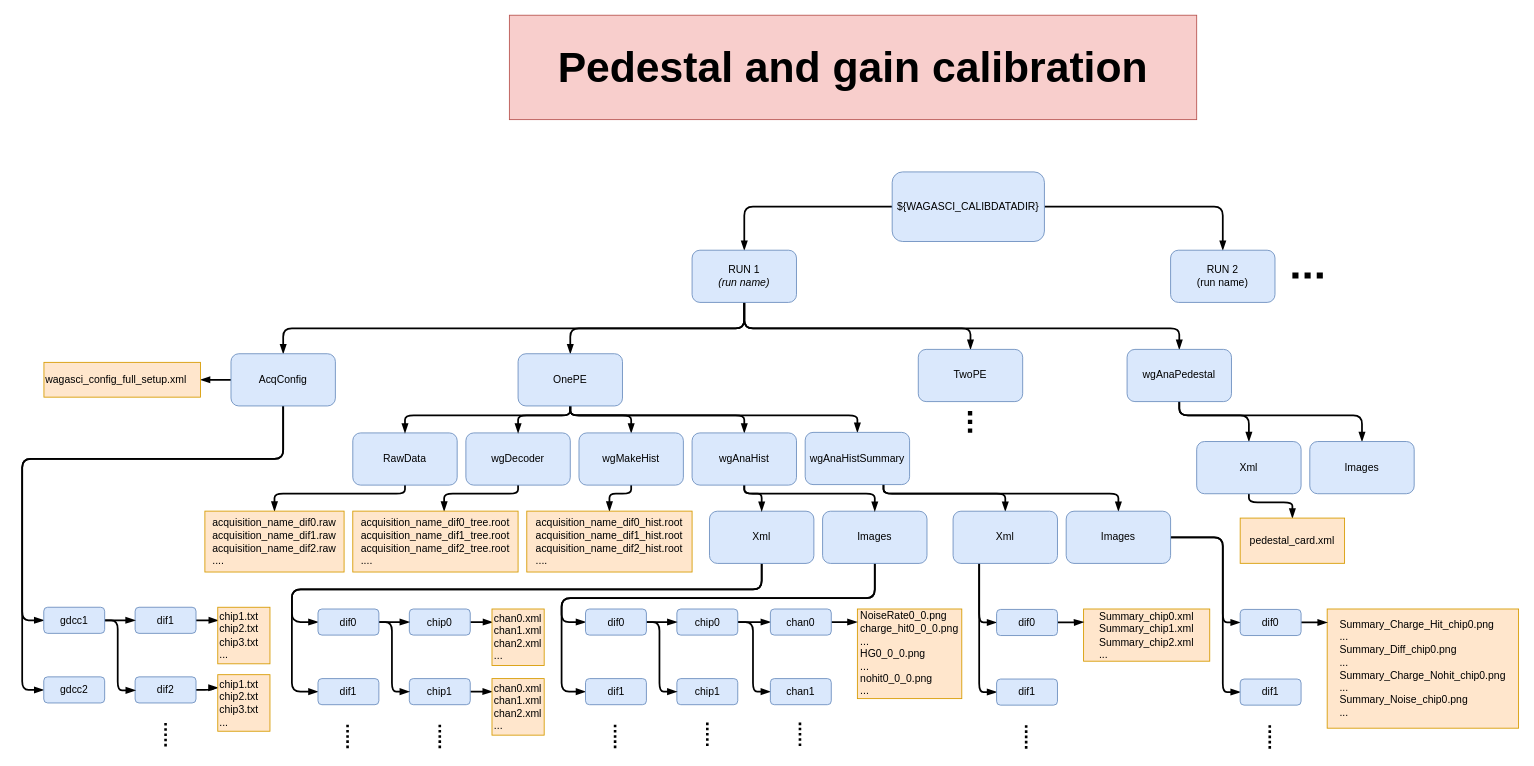
Above: page "Pedestal tree" (1 of 2) of doc/images/Folder_tree.drawio in thos91/Analysis (draw.io), before the change. Source tidied: cells renumbered, new cells numbered last; positions are measured from the earlier drawing's top-left corner, leaving out a move shared by most shapes. Both pictures are drawn from the tidied source at 87%, with x=0, y=0 at pixel (22, 15).
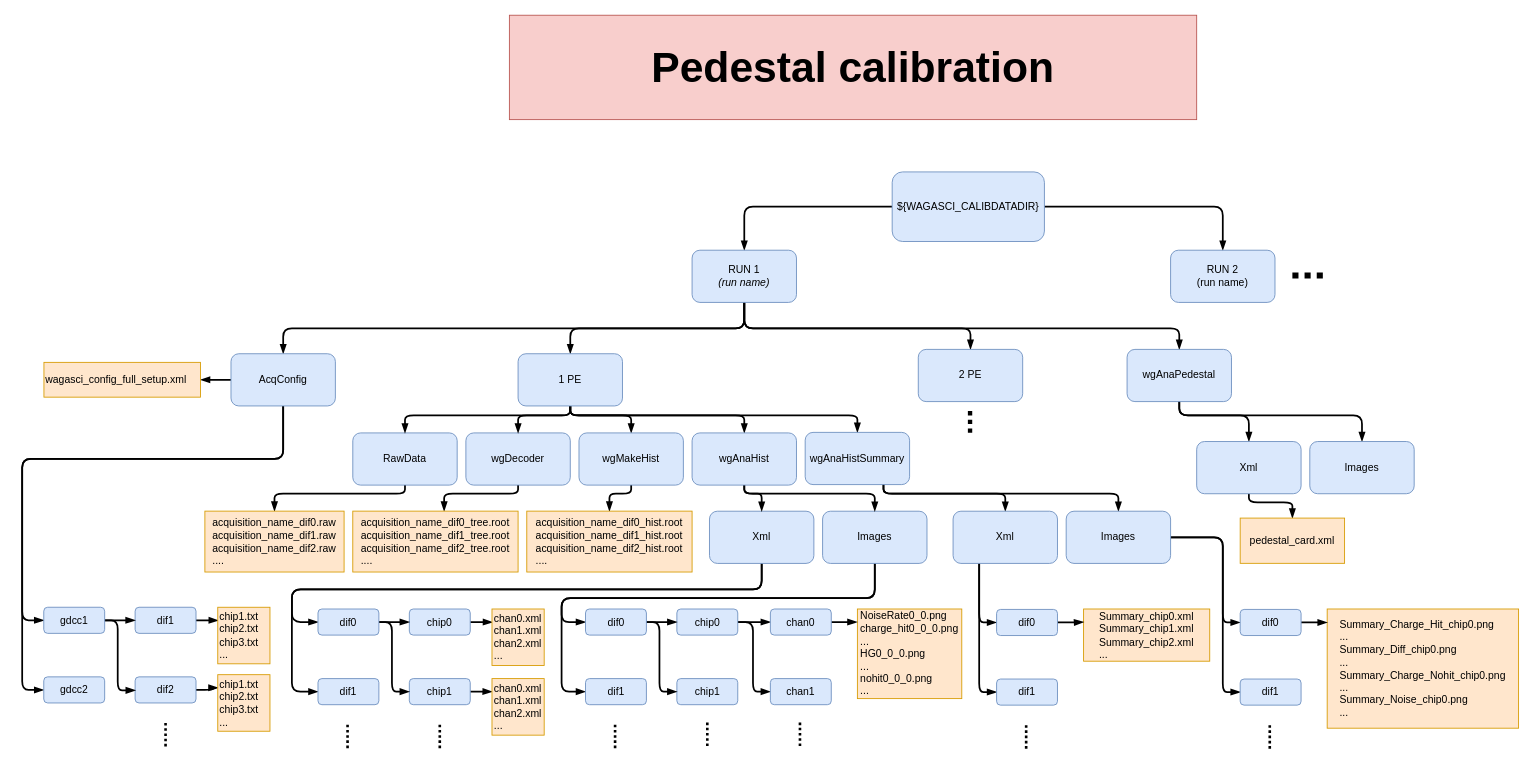
The same page after the edit.

The edit, as a diff of the source:
```diff
@@
-    <mxCell id="24" value="OnePE&lt;br&gt;" style="rounded=1;whiteSpace=wrap;html=1;fillColor=#dae8fc;strokeColor=#6c8ebf;" parent="1" vertex="1">
+    <mxCell id="24" value="1 PE" style="rounded=1;whiteSpace=wrap;html=1;fillColor=#dae8fc;strokeColor=#6c8ebf;" parent="1" vertex="1">
       <mxGeometry x="570" y="389.1" width="120" height="60" as="geometry" />
     </mxCell>
-    <mxCell id="25" value="TwoPE&lt;br&gt;" style="rounded=1;whiteSpace=wrap;html=1;fillColor=#dae8fc;strokeColor=#6c8ebf;" parent="1" vertex="1">
+    <mxCell id="25" value="2 PE" style="rounded=1;whiteSpace=wrap;html=1;fillColor=#dae8fc;strokeColor=#6c8ebf;" parent="1" vertex="1">
       <mxGeometry x="1030" y="384.1" width="120" height="60" as="geometry" />
     </mxCell>
@@
-    <mxCell id="89" value="&lt;font style=&quot;font-size: 49px&quot;&gt;&lt;b&gt;Pedestal and gain calibration&lt;/b&gt;&lt;/font&gt;" style="text;html=1;strokeColor=#b85450;fillColor=#f8cecc;align=center;verticalAlign=middle;whiteSpace=wrap;rounded=0;" parent="1" vertex="1">
+    <mxCell id="89" value="&lt;font style=&quot;font-size: 49px&quot;&gt;&lt;b&gt;Pedestal calibration&lt;/b&gt;&lt;/font&gt;" style="text;html=1;strokeColor=#b85450;fillColor=#f8cecc;align=center;verticalAlign=middle;whiteSpace=wrap;rounded=0;" parent="1" vertex="1">
       <mxGeometry x="560" width="790" height="120" as="geometry" />
     </mxCell>
```
